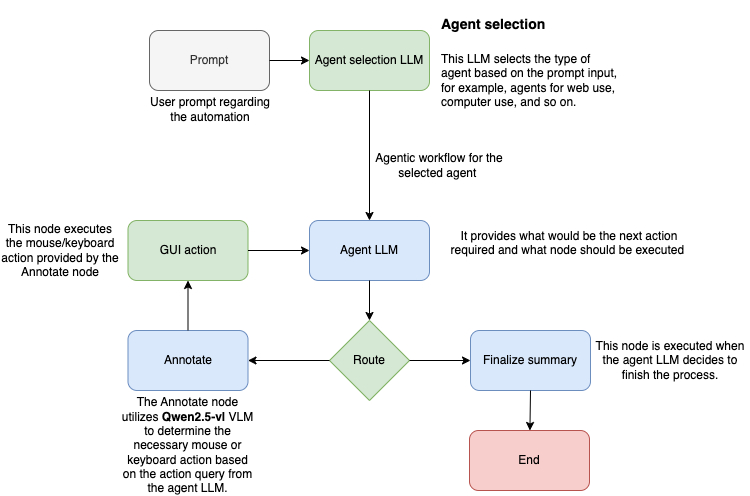
Before: images/process.png, a diagram exported from draw.io (dkarunakaran/computer-interact). Source tidied: cells renumbered, new cells last; positions are measured from the earlier drawing's top-left corner, leaving out a move shared by most shapes. The source it was exported from:
```xml
<mxGraphModel>
  <root>
    <mxCell id="0" />
    <mxCell id="1" parent="0" />
    <mxCell id="2" value="Prompt" style="rounded=1;whiteSpace=wrap;html=1;glass=0;fillColor=#f5f5f5;strokeColor=#666666;fontColor=#333333;" parent="1" vertex="1">
      <mxGeometry x="149" y="30" width="120" height="60" as="geometry" />
    </mxCell>
    <mxCell id="3" value="User prompt regarding the automation" style="text;html=1;align=center;verticalAlign=middle;whiteSpace=wrap;rounded=0;" parent="1" vertex="1">
      <mxGeometry x="140" y="94" width="140" height="30" as="geometry" />
    </mxCell>
    <mxCell id="4" value="Agent selection LLM" style="rounded=1;whiteSpace=wrap;html=1;fillColor=#d5e8d4;strokeColor=#82b366;" parent="1" vertex="1">
      <mxGeometry x="309" y="30" width="120" height="60" as="geometry" />
    </mxCell>
    <mxCell id="5" value="&lt;h1 style=&quot;margin-top: 0px;&quot;&gt;&lt;font style=&quot;font-size: 14px;&quot;&gt;Agent selection&lt;/font&gt;&lt;/h1&gt;&lt;p&gt;This LLM selects the type of agent based on the prompt input, for example, agents for web use, computer use, and so on.&lt;/p&gt;" style="text;html=1;whiteSpace=wrap;overflow=hidden;rounded=0;" parent="1" vertex="1">
      <mxGeometry x="439" width="180" height="120" as="geometry" />
    </mxCell>
    <mxCell id="6" style="endArrow=classic;html=1;rounded=0;exitX=1;exitY=0.5;exitDx=0;exitDy=0;entryX=0;entryY=0.5;entryDx=0;entryDy=0;" parent="1" edge="1" source="2" target="4">
      <mxGeometry relative="1" as="geometry" />
    </mxCell>
    <mxCell id="7" style="endArrow=classic;html=1;rounded=0;exitX=0.5;exitY=1;exitDx=0;exitDy=0;entryX=0.5;entryY=0;entryDx=0;entryDy=0;" parent="1" edge="1" source="4" target="9">
      <mxGeometry relative="1" as="geometry" />
    </mxCell>
    <mxCell id="8" value="Agentic workflow for the selected agent&amp;nbsp;" style="text;html=1;align=center;verticalAlign=middle;whiteSpace=wrap;rounded=0;" parent="1" vertex="1">
      <mxGeometry x="369" y="150" width="140" height="30" as="geometry" />
    </mxCell>
    <mxCell id="9" value="Agent LLM" style="rounded=1;whiteSpace=wrap;html=1;fillColor=#dae8fc;strokeColor=#6c8ebf;" parent="1" vertex="1">
      <mxGeometry x="309" y="220" width="120" height="60" as="geometry" />
    </mxCell>
    <mxCell id="10" value="It provides what would be the next action required and what node should be executed&amp;nbsp;&lt;div&gt;&lt;br&gt;&lt;/div&gt;" style="text;html=1;align=center;verticalAlign=middle;whiteSpace=wrap;rounded=0;" parent="1" vertex="1">
      <mxGeometry x="439" y="235" width="260" height="30" as="geometry" />
    </mxCell>
    <mxCell id="11" value="Route" style="rhombus;whiteSpace=wrap;html=1;fillColor=#d5e8d4;strokeColor=#82b366;" parent="1" vertex="1">
      <mxGeometry x="329" y="320" width="80" height="80" as="geometry" />
    </mxCell>
    <mxCell id="12" value="Annotate" style="rounded=1;whiteSpace=wrap;html=1;fillColor=#dae8fc;strokeColor=#6c8ebf;" parent="1" vertex="1">
      <mxGeometry x="127.5" y="330" width="120" height="60" as="geometry" />
    </mxCell>
    <mxCell id="13" value="GUI action" style="rounded=1;whiteSpace=wrap;html=1;fillColor=#d5e8d4;strokeColor=#82b366;" parent="1" vertex="1">
      <mxGeometry x="127.5" y="220" width="120" height="60" as="geometry" />
    </mxCell>
    <mxCell id="14" style="endArrow=classic;html=1;rounded=0;exitX=0;exitY=0.5;exitDx=0;exitDy=0;entryX=1;entryY=0.5;entryDx=0;entryDy=0;" parent="1" edge="1" source="11" target="12">
      <mxGeometry relative="1" as="geometry" />
    </mxCell>
    <mxCell id="15" style="endArrow=classic;html=1;rounded=0;entryX=0.5;entryY=1;entryDx=0;entryDy=0;exitX=0.5;exitY=0;exitDx=0;exitDy=0;" parent="1" edge="1" source="12" target="13">
      <mxGeometry relative="1" as="geometry" />
    </mxCell>
    <mxCell id="16" style="endArrow=classic;html=1;rounded=0;exitX=1;exitY=0.5;exitDx=0;exitDy=0;" parent="1" edge="1" source="13" target="9">
      <mxGeometry relative="1" as="geometry" />
    </mxCell>
    <mxCell id="17" value="The Annotate node utilizes &lt;b&gt;Qwen2.5-vl &lt;/b&gt;VLM to determine the necessary mouse or keyboard action based on the action query from the agent LLM." style="text;html=1;align=center;verticalAlign=middle;whiteSpace=wrap;rounded=0;" parent="1" vertex="1">
      <mxGeometry x="120" y="430" width="135" height="30" as="geometry" />
    </mxCell>
    <mxCell id="18" style="endArrow=classic;html=1;rounded=0;exitX=0.5;exitY=1;exitDx=0;exitDy=0;" parent="1" edge="1" source="9" target="11">
      <mxGeometry relative="1" as="geometry" />
    </mxCell>
    <mxCell id="19" value="Finalize summary" style="rounded=1;whiteSpace=wrap;html=1;fillColor=#dae8fc;strokeColor=#6c8ebf;" parent="1" vertex="1">
      <mxGeometry x="470" y="330" width="120" height="60" as="geometry" />
    </mxCell>
    <mxCell id="20" value="End" style="rounded=1;whiteSpace=wrap;html=1;fillColor=#f8cecc;strokeColor=#b85450;" parent="1" vertex="1">
      <mxGeometry x="469" y="430" width="120" height="60" as="geometry" />
    </mxCell>
    <mxCell id="21" style="endArrow=classic;html=1;rounded=0;exitX=1;exitY=0.5;exitDx=0;exitDy=0;entryX=0;entryY=0.5;entryDx=0;entryDy=0;" parent="1" edge="1" source="11" target="19">
      <mxGeometry relative="1" as="geometry" />
    </mxCell>
    <mxCell id="22" style="endArrow=classic;html=1;rounded=0;exitX=0.5;exitY=1;exitDx=0;exitDy=0;" parent="1" edge="1" source="19" target="20">
      <mxGeometry relative="1" as="geometry" />
    </mxCell>
    <mxCell id="23" value="This node executes the mouse/keyboard action provided by the Annotate node" style="text;html=1;align=center;verticalAlign=middle;whiteSpace=wrap;rounded=0;" parent="1" vertex="1">
      <mxGeometry y="235" width="120" height="30" as="geometry" />
    </mxCell>
    <mxCell id="24" value="This node is executed when the agent LLM decides to finish the process." style="text;html=1;align=center;verticalAlign=middle;whiteSpace=wrap;rounded=0;" parent="1" vertex="1">
      <mxGeometry x="590" y="345" width="160" height="30" as="geometry" />
    </mxCell>
  </root>
</mxGraphModel>
```
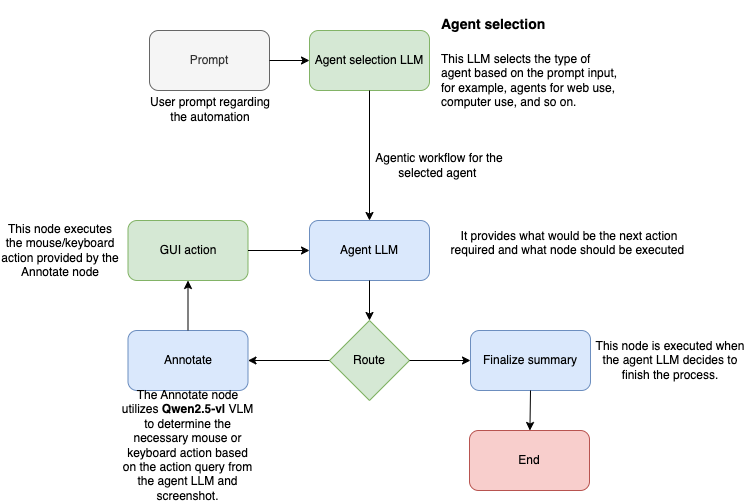
After the commit.

Diff of the diagram source:
```diff
@@ -47,7 +47,7 @@
     <mxCell id="16" style="endArrow=classic;html=1;rounded=0;exitX=1;exitY=0.5;exitDx=0;exitDy=0;" parent="1" edge="1" source="13" target="9">
       <mxGeometry relative="1" as="geometry" />
     </mxCell>
-    <mxCell id="17" value="The Annotate node utilizes &lt;b&gt;Qwen2.5-vl &lt;/b&gt;VLM to determine the necessary mouse or keyboard action based on the action query from the agent LLM." style="text;html=1;align=center;verticalAlign=middle;whiteSpace=wrap;rounded=0;" parent="1" vertex="1">
+    <mxCell id="17" value="The Annotate node utilizes &lt;b&gt;Qwen2.5-vl &lt;/b&gt;VLM to determine the necessary mouse or keyboard action based on the action query from the agent LLM and screenshot." style="text;html=1;align=center;verticalAlign=middle;whiteSpace=wrap;rounded=0;" parent="1" vertex="1">
       <mxGeometry x="120" y="430" width="135" height="30" as="geometry" />
     </mxCell>
     <mxCell id="18" style="endArrow=classic;html=1;rounded=0;exitX=0.5;exitY=1;exitDx=0;exitDy=0;" parent="1" edge="1" source="9" target="11">
```
